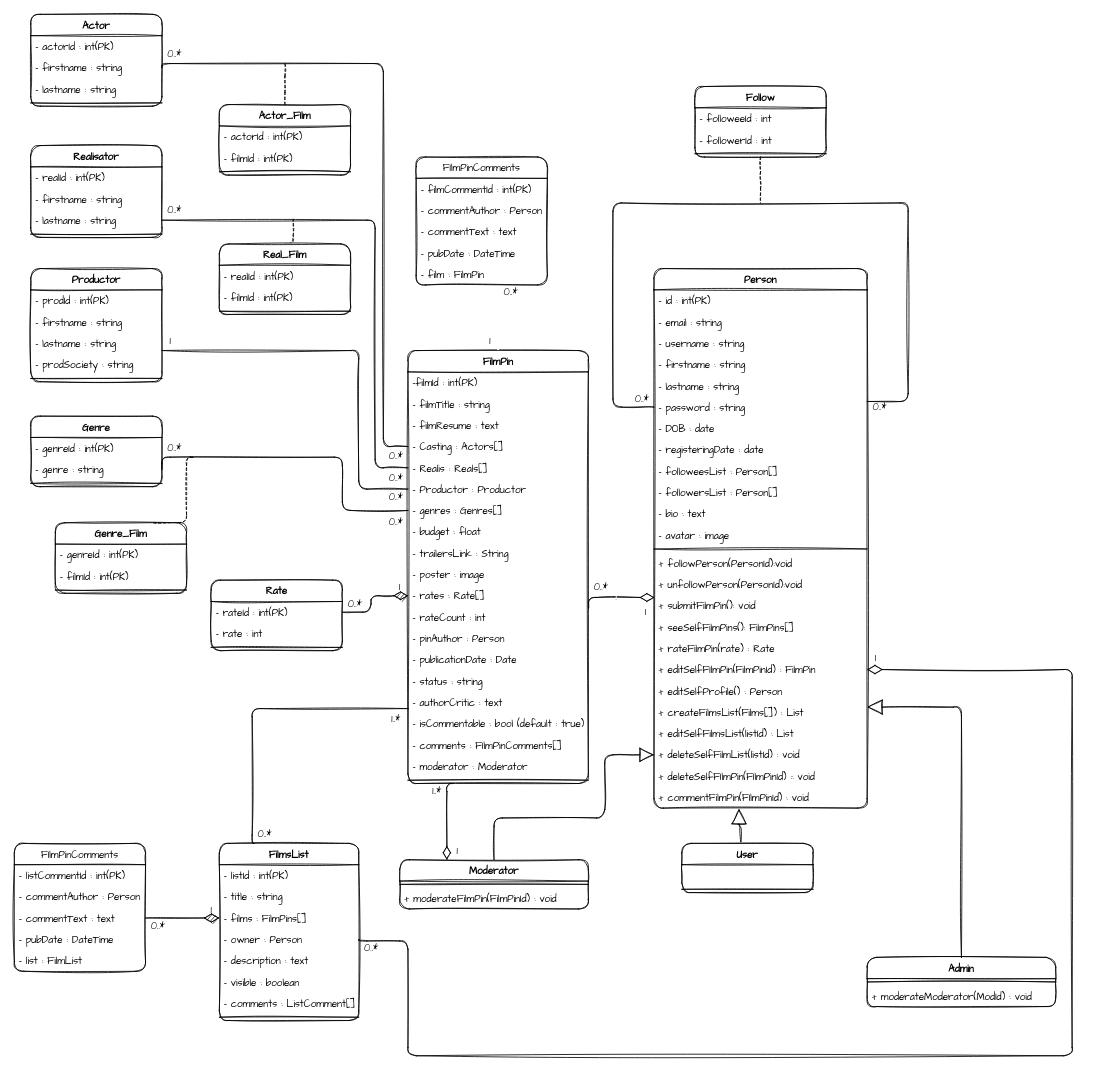
Clemy-beep/accreditations_project keeps this draw.io diagram as page "UML" (1 of 4) of ProjectDtoD.drawio. Above is the earlier version. Source tidied: cells renumbered, new cells numbered last; positions are measured from the earlier drawing's top-left corner, leaving out a move shared by most shapes. Both pictures are drawn from the tidied source at 82%, with x=0, y=0 at pixel (14, 14).
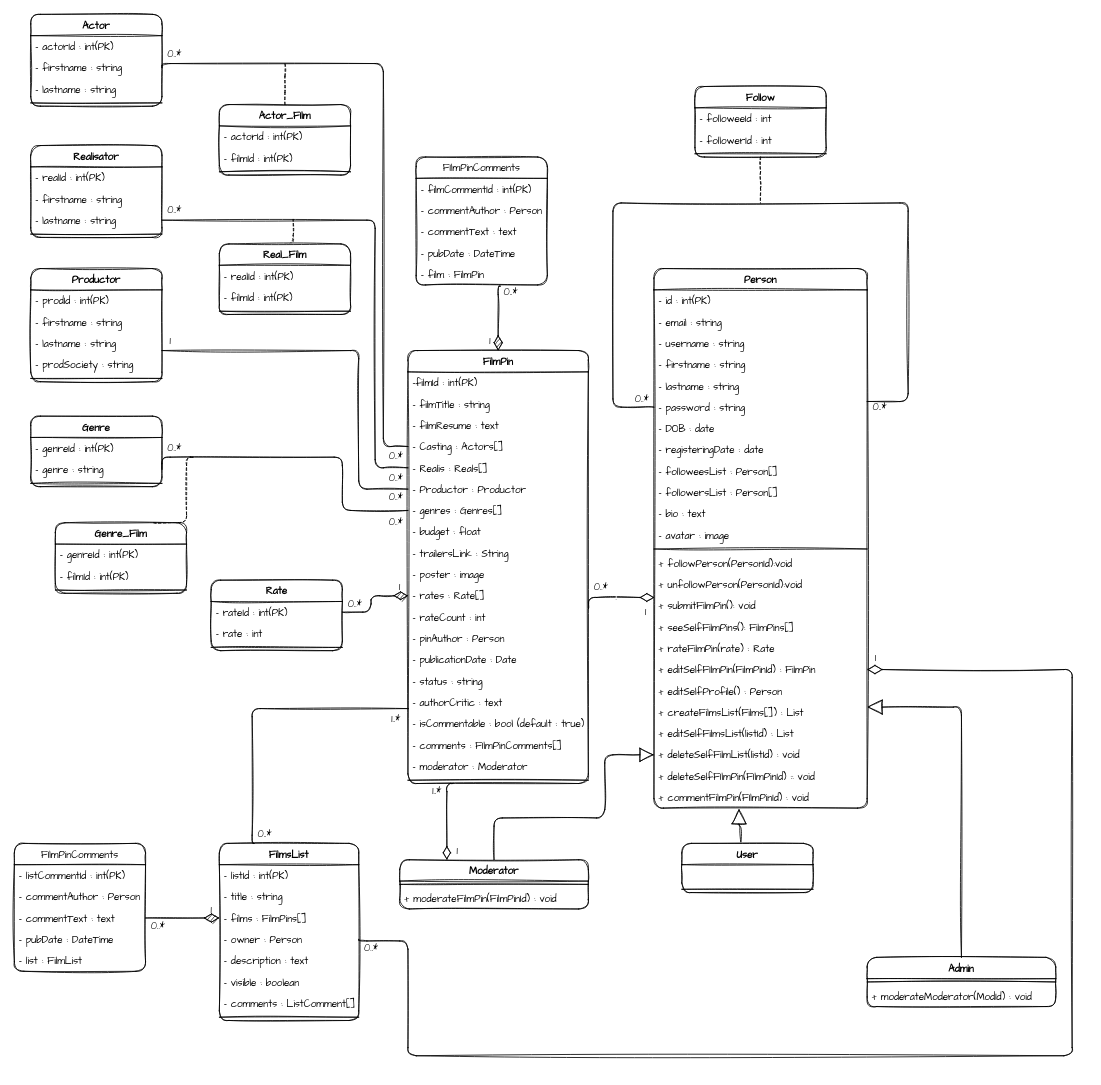
The same page after the edit.

Unchanged cells that the change refers to:
```xml
<mxCell id="42" value="FilmPin" style="swimlane;fontStyle=1;align=center;verticalAlign=top;horizontal=1;startSize=26;rounded=1;sketch=1;fontFamily=Architects Daughter;" parent="1" vertex="1">
  <mxGeometry x="480" y="410" width="220" height="528" as="geometry" />
</mxCell>
<mxCell id="148" value="- film : FilmPin" style="text;strokeColor=none;fillColor=none;align=left;verticalAlign=top;spacingLeft=4;spacingRight=4;overflow=hidden;points=[[0,0.5],[1,0.5]];portConstraint=eastwest;rounded=1;sketch=1;fontFamily=Architects Daughter;" parent="143" vertex="1">
  <mxGeometry y="130" width="160" height="26" as="geometry" />
</mxCell>
```

Change to the diagram source:
```diff
@@
-    <mxCell id="142" style="edgeStyle=orthogonalEdgeStyle;rounded=1;sketch=1;jettySize=auto;html=1;exitX=0.642;exitY=1.055;exitDx=0;exitDy=0;fontFamily=Architects Daughter;fontSize=14;fontColor=#FFFFFF;startArrow=none;startFill=0;endArrow=diamondThin;endFill=1;endSize=16;strokeColor=#FFFFFF;exitPerimeter=0;" parent="1" edge="1" source="148" target="42">
+    <mxCell id="142" style="edgeStyle=orthogonalEdgeStyle;rounded=1;sketch=1;jettySize=auto;html=1;exitX=0.642;exitY=1.055;exitDx=0;exitDy=0;fontFamily=Architects Daughter;fontSize=14;fontColor=#FFFFFF;startArrow=none;startFill=0;endArrow=diamondThin;endFill=1;endSize=16;strokeColor=default;exitPerimeter=0;" parent="1" edge="1" source="148" target="42">
       <mxGeometry relative="1" as="geometry">
         <Array as="points">
           <mxPoint x="590" y="331" />
         </Array>
       </mxGeometry>
     </mxCell>
```
